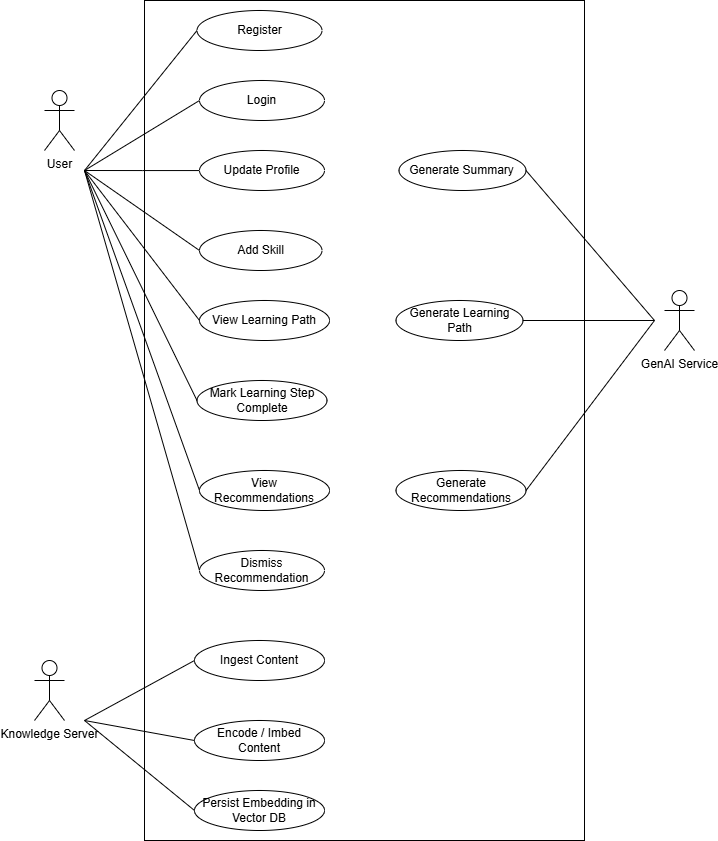
Above: docs/architecture/usecase.drawio.png in AET-DevOps25/team-git-it-together (draw.io), before the change. Source tidied: cells renumbered, new cells last; positions are measured from the earlier drawing's top-left corner, leaving out a move shared by most shapes. Its diagram source:
```xml
<mxGraphModel>
  <root>
    <mxCell id="0" />
    <mxCell id="1" parent="0" />
    <mxCell id="2" value="User" style="shape=umlActor;verticalLabelPosition=bottom;verticalAlign=top;html=1;" parent="1" vertex="1">
      <mxGeometry x="10" y="90" width="30" height="60" as="geometry" />
    </mxCell>
    <mxCell id="3" value="Knowledge Server" style="shape=umlActor;verticalLabelPosition=bottom;verticalAlign=top;html=1;" parent="1" vertex="1">
      <mxGeometry y="660" width="30" height="60" as="geometry" />
    </mxCell>
    <mxCell id="4" value="GenAI Service" style="shape=umlActor;verticalLabelPosition=bottom;verticalAlign=top;html=1;" parent="1" vertex="1">
      <mxGeometry x="630" y="290" width="30" height="60" as="geometry" />
    </mxCell>
    <mxCell id="5" style="rounded=0;whiteSpace=wrap;html=1;" parent="1" vertex="1">
      <mxGeometry x="110" width="440" height="840" as="geometry" />
    </mxCell>
    <mxCell id="6" style="rounded=0;jettySize=auto;html=1;endArrow=none;startFill=0;exitX=0;exitY=0.5;exitDx=0;exitDy=0;" parent="1" edge="1" source="7">
      <mxGeometry relative="1" as="geometry">
        <mxPoint x="50" y="170" as="targetPoint" />
      </mxGeometry>
    </mxCell>
    <mxCell id="7" value="Login" style="ellipse;whiteSpace=wrap;html=1;" parent="1" vertex="1">
      <mxGeometry x="165" y="80" width="125" height="40" as="geometry" />
    </mxCell>
    <mxCell id="8" style="edgeStyle=orthogonalEdgeStyle;rounded=0;jettySize=auto;html=1;endArrow=none;startFill=0;" parent="1" edge="1" source="9">
      <mxGeometry relative="1" as="geometry">
        <mxPoint x="50" y="170" as="targetPoint" />
      </mxGeometry>
    </mxCell>
    <mxCell id="9" value="Update Profile" style="ellipse;whiteSpace=wrap;html=1;" parent="1" vertex="1">
      <mxGeometry x="165" y="150" width="125" height="40" as="geometry" />
    </mxCell>
    <mxCell id="10" style="rounded=0;jettySize=auto;html=1;endArrow=none;startFill=0;exitX=0;exitY=0.5;exitDx=0;exitDy=0;" parent="1" edge="1" source="11">
      <mxGeometry relative="1" as="geometry">
        <mxPoint x="50" y="170" as="targetPoint" />
      </mxGeometry>
    </mxCell>
    <mxCell id="11" value="Register" style="ellipse;whiteSpace=wrap;html=1;" parent="1" vertex="1">
      <mxGeometry x="162.5" y="10" width="125" height="40" as="geometry" />
    </mxCell>
    <mxCell id="12" value="Add Skill" style="ellipse;whiteSpace=wrap;html=1;" parent="1" vertex="1">
      <mxGeometry x="165" y="230" width="122.5" height="40" as="geometry" />
    </mxCell>
    <mxCell id="13" style="rounded=0;jettySize=auto;html=1;endArrow=none;startFill=0;" parent="1" edge="1" source="14">
      <mxGeometry relative="1" as="geometry">
        <mxPoint x="620" y="320" as="targetPoint" />
      </mxGeometry>
    </mxCell>
    <mxCell id="14" value="Generate Learning Path" style="ellipse;whiteSpace=wrap;html=1;" parent="1" vertex="1">
      <mxGeometry x="361.5" y="300" width="127" height="40" as="geometry" />
    </mxCell>
    <mxCell id="15" value="View Learning Path" style="ellipse;whiteSpace=wrap;html=1;" parent="1" vertex="1">
      <mxGeometry x="165" y="300" width="130" height="40" as="geometry" />
    </mxCell>
    <mxCell id="16" style="rounded=0;jettySize=auto;html=1;endArrow=none;startFill=0;exitX=0;exitY=0.5;exitDx=0;exitDy=0;" parent="1" edge="1" source="17">
      <mxGeometry relative="1" as="geometry">
        <mxPoint x="50" y="170" as="targetPoint" />
      </mxGeometry>
    </mxCell>
    <mxCell id="17" value="Mark Learning Step Complete" style="ellipse;whiteSpace=wrap;html=1;" parent="1" vertex="1">
      <mxGeometry x="162.5" y="380" width="130" height="40" as="geometry" />
    </mxCell>
    <mxCell id="18" style="rounded=0;jettySize=auto;html=1;endArrow=none;startFill=0;exitX=0;exitY=0.5;exitDx=0;exitDy=0;" parent="1" edge="1" source="19">
      <mxGeometry relative="1" as="geometry">
        <mxPoint x="50" y="170" as="targetPoint" />
      </mxGeometry>
    </mxCell>
    <mxCell id="19" value="View Recommendations" style="ellipse;whiteSpace=wrap;html=1;" parent="1" vertex="1">
      <mxGeometry x="165" y="470" width="130" height="40" as="geometry" />
    </mxCell>
    <mxCell id="20" style="rounded=0;jettySize=auto;html=1;endArrow=none;startFill=0;exitX=0;exitY=0.5;exitDx=0;exitDy=0;" parent="1" edge="1" source="21">
      <mxGeometry relative="1" as="geometry">
        <mxPoint x="50" y="720" as="targetPoint" />
      </mxGeometry>
    </mxCell>
    <mxCell id="21" value="Ingest Content" style="ellipse;whiteSpace=wrap;html=1;" parent="1" vertex="1">
      <mxGeometry x="160" y="640" width="130" height="40" as="geometry" />
    </mxCell>
    <mxCell id="22" style="rounded=0;jettySize=auto;html=1;endArrow=none;startFill=0;exitX=0;exitY=0.5;exitDx=0;exitDy=0;" parent="1" edge="1" source="23">
      <mxGeometry relative="1" as="geometry">
        <mxPoint x="50" y="720" as="targetPoint" />
      </mxGeometry>
    </mxCell>
    <mxCell id="23" value="Encode / Imbed Content" style="ellipse;whiteSpace=wrap;html=1;" parent="1" vertex="1">
      <mxGeometry x="160" y="720" width="130" height="40" as="geometry" />
    </mxCell>
    <mxCell id="24" style="rounded=0;jettySize=auto;html=1;endArrow=none;startFill=0;exitX=1;exitY=0.5;exitDx=0;exitDy=0;" parent="1" edge="1" source="25">
      <mxGeometry relative="1" as="geometry">
        <mxPoint x="620" y="320" as="targetPoint" />
      </mxGeometry>
    </mxCell>
    <mxCell id="25" value="Generate Recommendations" style="ellipse;whiteSpace=wrap;html=1;" parent="1" vertex="1">
      <mxGeometry x="361.5" y="470" width="130" height="40" as="geometry" />
    </mxCell>
    <mxCell id="26" style="rounded=0;jettySize=auto;html=1;endArrow=none;startFill=0;exitX=0;exitY=0.5;exitDx=0;exitDy=0;" parent="1" edge="1" source="27">
      <mxGeometry relative="1" as="geometry">
        <mxPoint x="50" y="170" as="targetPoint" />
      </mxGeometry>
    </mxCell>
    <mxCell id="27" value="Dismiss Recommendation" style="ellipse;whiteSpace=wrap;html=1;" parent="1" vertex="1">
      <mxGeometry x="165" y="550" width="125" height="40" as="geometry" />
    </mxCell>
    <mxCell id="28" style="rounded=0;jettySize=auto;html=1;endArrow=none;startFill=0;exitX=0;exitY=0.5;exitDx=0;exitDy=0;" parent="1" edge="1" source="29">
      <mxGeometry relative="1" as="geometry">
        <mxPoint x="50" y="720" as="targetPoint" />
      </mxGeometry>
    </mxCell>
    <mxCell id="29" value="Persist Embedding in Vector DB" style="ellipse;whiteSpace=wrap;html=1;" parent="1" vertex="1">
      <mxGeometry x="160" y="790" width="130" height="40" as="geometry" />
    </mxCell>
    <mxCell id="30" style="rounded=0;jettySize=auto;html=1;endArrow=none;startFill=0;exitX=1;exitY=0.5;exitDx=0;exitDy=0;" parent="1" edge="1" source="31">
      <mxGeometry relative="1" as="geometry">
        <mxPoint x="620" y="320" as="targetPoint" />
      </mxGeometry>
    </mxCell>
    <mxCell id="31" value="Generate Summary" style="ellipse;whiteSpace=wrap;html=1;" parent="1" vertex="1">
      <mxGeometry x="364.5" y="150" width="127" height="40" as="geometry" />
    </mxCell>
    <mxCell id="32" style="rounded=0;jettySize=auto;html=1;endArrow=none;startFill=0;exitX=0;exitY=0.5;exitDx=0;exitDy=0;" parent="1" edge="1" source="15">
      <mxGeometry relative="1" as="geometry">
        <mxPoint x="50" y="170" as="targetPoint" />
      </mxGeometry>
    </mxCell>
    <mxCell id="33" style="rounded=0;jettySize=auto;html=1;endArrow=none;startFill=0;exitX=0;exitY=0.5;exitDx=0;exitDy=0;" parent="1" edge="1" source="12">
      <mxGeometry relative="1" as="geometry">
        <mxPoint x="50" y="170" as="targetPoint" />
      </mxGeometry>
    </mxCell>
  </root>
</mxGraphModel>
```
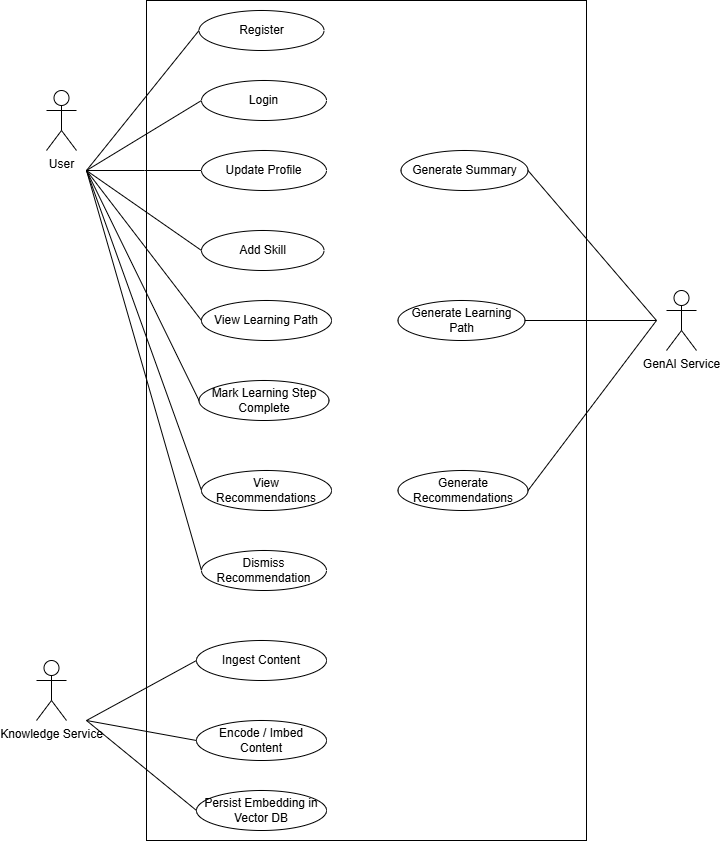
After the change.

Commit message:
corrected use case diagram

Diff of the diagram source:
```diff
@@ -5,7 +5,7 @@
     <mxCell id="2" value="User" style="shape=umlActor;verticalLabelPosition=bottom;verticalAlign=top;html=1;" parent="1" vertex="1">
       <mxGeometry x="10" y="90" width="30" height="60" as="geometry" />
     </mxCell>
-    <mxCell id="3" value="Knowledge Server" style="shape=umlActor;verticalLabelPosition=bottom;verticalAlign=top;html=1;" parent="1" vertex="1">
+    <mxCell id="3" value="Knowledge Service" style="shape=umlActor;verticalLabelPosition=bottom;verticalAlign=top;html=1;" parent="1" vertex="1">
       <mxGeometry y="660" width="30" height="60" as="geometry" />
     </mxCell>
     <mxCell id="4" value="GenAI Service" style="shape=umlActor;verticalLabelPosition=bottom;verticalAlign=top;html=1;" parent="1" vertex="1">
```
